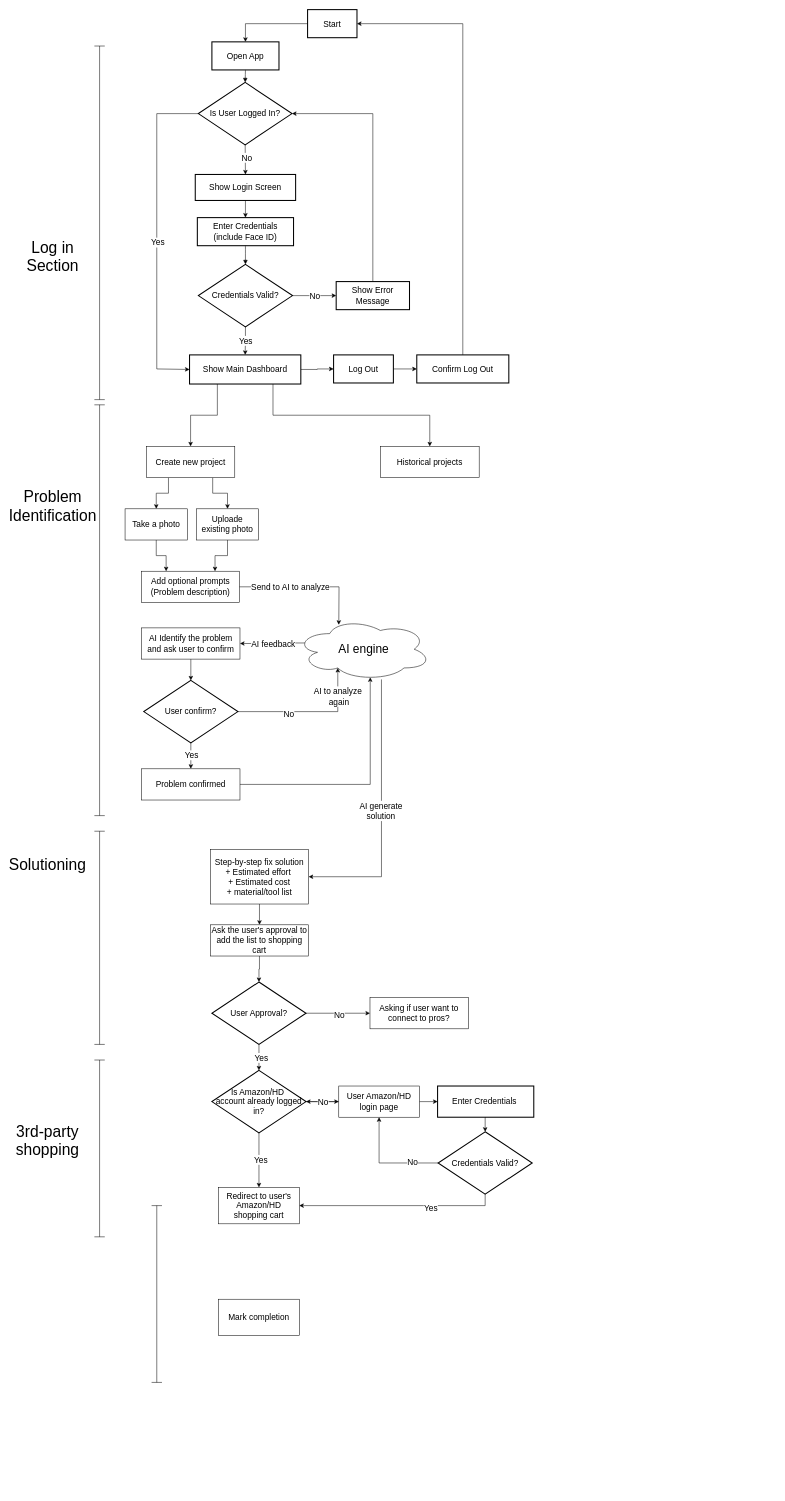
Before: App flow diiagram.drawio in chaunceysun82/MyHandyAI, a draw.io diagram. Source tidied: cells renumbered, new cells numbered last; positions are measured from the earlier drawing's top-left corner, leaving out a move shared by most shapes. Both pictures are drawn from the tidied source at 52%, with x=0, y=0 at pixel (32, 9).
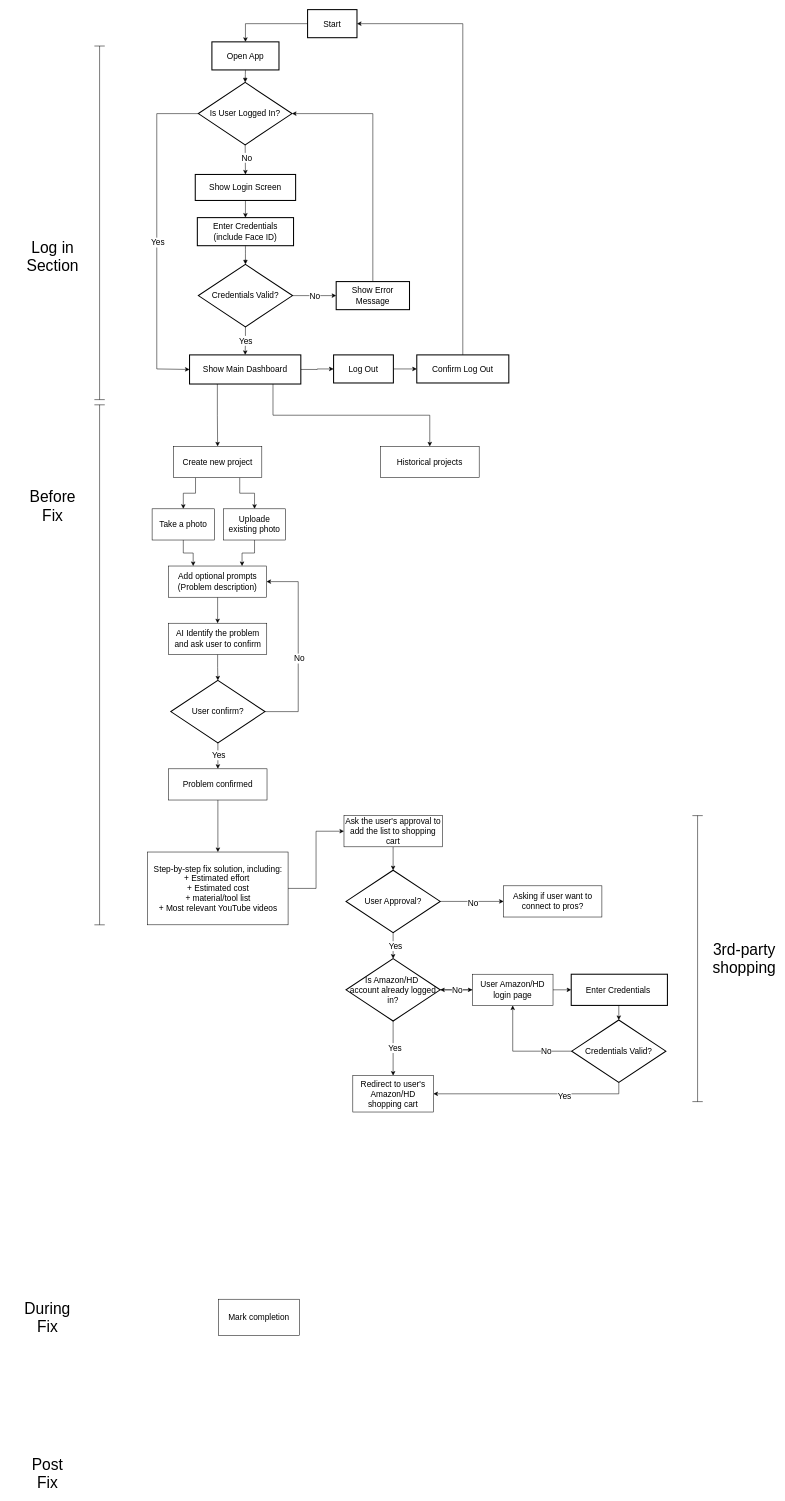
After the change.

The edit, as a diff of the source:
```diff
@@
     <mxCell id="26" value="Create new project" style="rounded=0;whiteSpace=wrap;html=1;fontSize=16;" parent="1" vertex="1">
-      <mxGeometry x="220" y="840" width="170" height="60" as="geometry" />
+      <mxGeometry x="272" y="840" width="170" height="60" as="geometry" />
     </mxCell>
@@
     <mxCell id="29" value="Take a photo" style="rounded=0;whiteSpace=wrap;html=1;fontSize=16;" parent="1" vertex="1">
-      <mxGeometry x="179" y="960" width="120" height="60" as="geometry" />
+      <mxGeometry x="231" y="960" width="120" height="60" as="geometry" />
     </mxCell>
@@
     <mxCell id="31" value="Uploade existing photo" style="rounded=0;whiteSpace=wrap;html=1;fontSize=16;" parent="1" vertex="1">
-      <mxGeometry x="316" y="960" width="120" height="60" as="geometry" />
+      <mxGeometry x="368" y="960" width="120" height="60" as="geometry" />
     </mxCell>
@@
-    <mxCell id="40" value="&lt;font style=&quot;font-size: 30px;&quot;&gt;Problem Identification&lt;/font&gt;" style="text;html=1;align=center;verticalAlign=middle;whiteSpace=wrap;rounded=0;" parent="1" vertex="1">
+    <mxCell id="40" value="&lt;font style=&quot;font-size: 30px;&quot;&gt;Before Fix&lt;/font&gt;" style="text;html=1;align=center;verticalAlign=middle;whiteSpace=wrap;rounded=0;" parent="1" vertex="1">
       <mxGeometry x="10" y="940" width="60" height="30" as="geometry" />
     </mxCell>
-    <mxCell id="41" value="&lt;font style=&quot;font-size: 30px;&quot;&gt;Solutioning&lt;/font&gt;" style="text;html=1;align=center;verticalAlign=middle;whiteSpace=wrap;rounded=0;" parent="1" vertex="1">
-      <mxGeometry y="1630" width="60" height="30" as="geometry" />
-    </mxCell>
     <mxCell id="42" style="shape=crossbar;whiteSpace=wrap;html=1;rounded=1;direction=south;" parent="1" vertex="1">
-      <mxGeometry x="120" y="760" width="20" height="790" as="geometry" />
+      <mxGeometry x="120" y="760" width="20" height="1000" as="geometry" />
     </mxCell>
+    <mxCell id="92" style="edgeStyle=orthogonalEdgeStyle;rounded=0;jettySize=auto;html=1;exitX=0.5;exitY=1;exitDx=0;exitDy=0;entryX=0.5;entryY=0;entryDx=0;entryDy=0;" parent="1" edge="1" source="43" target="50">
+      <mxGeometry relative="1" as="geometry" />
+    </mxCell>
     <mxCell id="43" value="Add optional prompts (Problem description)" style="rounded=0;whiteSpace=wrap;html=1;fontSize=16;" parent="1" vertex="1">
-      <mxGeometry x="211" y="1080" width="188" height="60" as="geometry" />
+      <mxGeometry x="263" y="1070" width="188" height="60" as="geometry" />
     </mxCell>
-    <mxCell id="44" style="edgeStyle=orthogonalEdgeStyle;rounded=0;jettySize=auto;html=1;exitX=0.07;exitY=0.4;exitDx=0;exitDy=0;exitPerimeter=0;entryX=1;entryY=0.5;entryDx=0;entryDy=0;" parent="1" edge="1" source="48" target="50">
-      <mxGeometry relative="1" as="geometry" />
-    </mxCell>
-    <mxCell id="45" value="&lt;font style=&quot;font-size: 16px;&quot;&gt;AI feedback&lt;/font&gt;" style="edgeLabel;html=1;align=center;verticalAlign=middle;" parent="44" vertex="1">
-      <mxGeometry x="-0.02" y="1" relative="1" as="geometry" />
-    </mxCell>
-    <mxCell id="46" style="edgeStyle=orthogonalEdgeStyle;rounded=0;jettySize=auto;html=1;exitX=0.633;exitY=0.984;exitDx=0;exitDy=0;exitPerimeter=0;entryX=1;entryY=0.5;entryDx=0;entryDy=0;" parent="1" edge="1" source="48" target="61">
-      <mxGeometry relative="1" as="geometry" />
-    </mxCell>
-    <mxCell id="47" value="AI generate&lt;div&gt;solution&lt;/div&gt;" style="edgeLabel;html=1;align=center;verticalAlign=middle;fontSize=16;" parent="46" vertex="1">
-      <mxGeometry x="-0.15" relative="1" as="geometry">
-        <mxPoint x="-2" y="31" as="offset" />
-      </mxGeometry>
-    </mxCell>
-    <mxCell id="48" value="AI engine" style="ellipse;shape=cloud;whiteSpace=wrap;html=1;fontSize=23;" parent="1" vertex="1">
-      <mxGeometry x="507.5" y="1170" width="260" height="120" as="geometry" />
-    </mxCell>
@@
     <mxCell id="50" value="AI Identify the problem and ask user to confirm" style="rounded=0;whiteSpace=wrap;html=1;fontSize=16;" parent="1" vertex="1">
-      <mxGeometry x="211" y="1189" width="189" height="60" as="geometry" />
+      <mxGeometry x="262.5" y="1180" width="189" height="60" as="geometry" />
     </mxCell>
@@
+    <mxCell id="93" style="edgeStyle=orthogonalEdgeStyle;rounded=0;jettySize=auto;html=1;exitX=1;exitY=0.5;exitDx=0;exitDy=0;" parent="1" edge="1" source="53" target="43">
+      <mxGeometry relative="1" as="geometry">
+        <Array as="points">
+          <mxPoint x="512" y="1350" />
+          <mxPoint x="512" y="1100" />
+        </Array>
+      </mxGeometry>
+    </mxCell>
+    <mxCell id="57" value="&lt;font style=&quot;font-size: 16px;&quot;&gt;No&lt;/font&gt;" style="edgeLabel;html=1;align=center;verticalAlign=middle;" parent="93" vertex="1">
+      <mxGeometry x="-0.11" y="-1" relative="1" as="geometry" />
+    </mxCell>
     <mxCell id="53" value="User confirm?" style="rhombus;strokeWidth=2;whiteSpace=wrap;fontSize=16;" parent="1" vertex="1">
-      <mxGeometry x="215" y="1290" width="181" height="120" as="geometry" />
+      <mxGeometry x="267" y="1290" width="181" height="120" as="geometry" />
     </mxCell>
-    <mxCell id="54" style="edgeStyle=orthogonalEdgeStyle;rounded=0;jettySize=auto;html=1;exitX=1;exitY=0.5;exitDx=0;exitDy=0;" parent="1" edge="1" source="43">
-      <mxGeometry relative="1" as="geometry">
-        <mxPoint x="590" y="1183" as="targetPoint" />
-      </mxGeometry>
-    </mxCell>
-    <mxCell id="55" value="Send to AI to analyze" style="edgeLabel;html=1;align=center;verticalAlign=middle;fontSize=16;" parent="54" vertex="1">
-      <mxGeometry x="-0.27" relative="1" as="geometry" />
-    </mxCell>
-    <mxCell id="56" style="edgeStyle=orthogonalEdgeStyle;rounded=0;jettySize=auto;html=1;exitX=1;exitY=0.5;exitDx=0;exitDy=0;entryX=0.31;entryY=0.8;entryDx=0;entryDy=0;entryPerimeter=0;" parent="1" edge="1" source="53" target="48">
-      <mxGeometry relative="1" as="geometry">
-        <Array as="points">
-          <mxPoint x="588" y="1350" />
-        </Array>
-      </mxGeometry>
-    </mxCell>
-    <mxCell id="57" value="No" style="edgeLabel;html=1;align=center;verticalAlign=middle;fontSize=16;" parent="56" vertex="1">
-      <mxGeometry x="-0.3" y="-3" relative="1" as="geometry" />
-    </mxCell>
-    <mxCell id="58" value="&lt;font style=&quot;font-size: 16px;&quot;&gt;AI to analyze&lt;/font&gt;&lt;div&gt;&lt;font style=&quot;font-size: 16px;&quot;&gt;&amp;nbsp;again&lt;/font&gt;&lt;/div&gt;" style="edgeLabel;html=1;align=center;verticalAlign=middle;" parent="56" vertex="1">
-      <mxGeometry x="0.61" y="1" relative="1" as="geometry" />
-    </mxCell>
+    <mxCell id="94" style="edgeStyle=orthogonalEdgeStyle;rounded=0;jettySize=auto;html=1;exitX=0.5;exitY=1;exitDx=0;exitDy=0;entryX=0.5;entryY=0;entryDx=0;entryDy=0;" parent="1" edge="1" source="59" target="61">
+      <mxGeometry relative="1" as="geometry" />
+    </mxCell>
     <mxCell id="59" value="Problem confirmed" style="rounded=0;whiteSpace=wrap;html=1;fontSize=16;" parent="1" vertex="1">
-      <mxGeometry x="211" y="1460" width="189" height="60" as="geometry" />
+      <mxGeometry x="263" y="1460" width="189" height="60" as="geometry" />
     </mxCell>
-    <mxCell id="60" style="edgeStyle=orthogonalEdgeStyle;rounded=0;jettySize=auto;html=1;exitX=0.5;exitY=1;exitDx=0;exitDy=0;entryX=0.5;entryY=0;entryDx=0;entryDy=0;" parent="1" edge="1" source="61" target="64">
+    <mxCell id="60" style="edgeStyle=orthogonalEdgeStyle;rounded=0;jettySize=auto;html=1;exitX=1;exitY=0.5;exitDx=0;exitDy=0;entryX=0;entryY=0.5;entryDx=0;entryDy=0;" parent="1" edge="1" source="61" target="64">
       <mxGeometry relative="1" as="geometry" />
     </mxCell>
-    <mxCell id="61" value="Step-by-step fix solution&lt;div&gt;+ Estimated effort&amp;nbsp;&lt;/div&gt;&lt;div&gt;+ Estimated cost&lt;/div&gt;&lt;div&gt;+ material/tool list&lt;/div&gt;" style="rounded=0;whiteSpace=wrap;html=1;fontSize=16;" parent="1" vertex="1">
-      <mxGeometry x="343" y="1615" width="189" height="105" as="geometry" />
+    <mxCell id="61" value="Step-by-step fix solution, including:&lt;div&gt;+ Estimated effort&amp;nbsp;&lt;/div&gt;&lt;div&gt;+ Estimated cost&lt;/div&gt;&lt;div&gt;+ material/tool list&lt;/div&gt;&lt;div&gt;+ Most relevant YouTube videos&lt;/div&gt;" style="rounded=0;whiteSpace=wrap;html=1;fontSize=16;" parent="1" vertex="1">
+      <mxGeometry x="222.5" y="1620" width="270" height="140" as="geometry" />
     </mxCell>
-    <mxCell id="62" style="edgeStyle=orthogonalEdgeStyle;rounded=0;jettySize=auto;html=1;exitX=1;exitY=0.5;exitDx=0;exitDy=0;entryX=0.55;entryY=0.95;entryDx=0;entryDy=0;entryPerimeter=0;" parent="1" edge="1" source="59" target="48">
-      <mxGeometry relative="1" as="geometry" />
-    </mxCell>
@@
     <mxCell id="64" value="Ask the user's approval to add the list to shopping cart" style="rounded=0;whiteSpace=wrap;html=1;fontSize=16;" parent="1" vertex="1">
-      <mxGeometry x="343" y="1760" width="189" height="60" as="geometry" />
+      <mxGeometry x="600" y="1550" width="189" height="60" as="geometry" />
     </mxCell>
@@
     <mxCell id="69" value="User Approval?" style="rhombus;strokeWidth=2;whiteSpace=wrap;fontSize=16;" parent="1" vertex="1">
-      <mxGeometry x="346" y="1870" width="181" height="120" as="geometry" />
+      <mxGeometry x="604" y="1655" width="181" height="120" as="geometry" />
     </mxCell>
@@
     <mxCell id="72" value="User Amazon/HD login page" style="rounded=0;whiteSpace=wrap;html=1;fontSize=16;" parent="1" vertex="1">
-      <mxGeometry x="590" y="2070" width="155" height="60" as="geometry" />
+      <mxGeometry x="847" y="1855" width="155" height="60" as="geometry" />
     </mxCell>
@@
     <mxCell id="77" value="Is Amazon/HD &#10;account already logged in?" style="rhombus;strokeWidth=2;whiteSpace=wrap;fontSize=16;" parent="1" vertex="1">
-      <mxGeometry x="346" y="2040" width="181" height="120" as="geometry" />
+      <mxGeometry x="604" y="1825" width="181" height="120" as="geometry" />
     </mxCell>
     <mxCell id="78" value="Redirect to user's Amazon/HD shopping cart" style="rounded=0;whiteSpace=wrap;html=1;fontSize=16;" parent="1" vertex="1">
-      <mxGeometry x="359" y="2265" width="155" height="70" as="geometry" />
+      <mxGeometry x="617" y="2050" width="155" height="70" as="geometry" />
     </mxCell>
@@
     <mxCell id="80" value="Enter Credentials " style="whiteSpace=wrap;strokeWidth=2;fontSize=16;" parent="1" vertex="1">
-      <mxGeometry x="780" y="2070" width="185" height="60" as="geometry" />
+      <mxGeometry x="1037" y="1855" width="185" height="60" as="geometry" />
     </mxCell>
@@
     <mxCell id="85" value="Credentials Valid?" style="rhombus;strokeWidth=2;whiteSpace=wrap;fontSize=16;" parent="1" vertex="1">
-      <mxGeometry x="781" y="2158" width="181" height="120" as="geometry" />
+      <mxGeometry x="1038" y="1943" width="181" height="120" as="geometry" />
     </mxCell>
-    <mxCell id="86" style="shape=crossbar;whiteSpace=wrap;html=1;rounded=1;direction=south;" parent="1" vertex="1">
-      <mxGeometry x="120" y="1580" width="20" height="410" as="geometry" />
-    </mxCell>
     <mxCell id="87" style="shape=crossbar;whiteSpace=wrap;html=1;rounded=1;direction=south;" parent="1" vertex="1">
-      <mxGeometry x="120" y="2020" width="20" height="340" as="geometry" />
+      <mxGeometry x="1270" y="1550" width="20" height="550" as="geometry" />
     </mxCell>
     <mxCell id="88" value="&lt;font style=&quot;font-size: 30px;&quot;&gt;3rd-party shopping&lt;/font&gt;" style="text;html=1;align=center;verticalAlign=middle;whiteSpace=wrap;rounded=0;" parent="1" vertex="1">
-      <mxGeometry y="2160" width="60" height="30" as="geometry" />
+      <mxGeometry x="1340" y="1810" width="60" height="30" as="geometry" />
     </mxCell>
     <mxCell id="89" value="Asking if user want to connect to pros?" style="rounded=0;whiteSpace=wrap;html=1;fontSize=16;" parent="1" vertex="1">
-      <mxGeometry x="650" y="1900" width="189" height="60" as="geometry" />
+      <mxGeometry x="907" y="1685" width="189" height="60" as="geometry" />
     </mxCell>
@@
-    <mxCell id="91" style="shape=crossbar;whiteSpace=wrap;html=1;rounded=1;direction=south;" parent="1" vertex="1">
-      <mxGeometry x="230" y="2300" width="20" height="340" as="geometry" />
-    </mxCell>
+    <mxCell id="95" value="&lt;font style=&quot;font-size: 30px;&quot;&gt;During Fix&lt;/font&gt;" style="text;html=1;align=center;verticalAlign=middle;whiteSpace=wrap;rounded=0;" parent="1" vertex="1">
+      <mxGeometry y="2500" width="60" height="30" as="geometry" />
+    </mxCell>
+    <mxCell id="96" value="&lt;font style=&quot;font-size: 30px;&quot;&gt;Post Fix&lt;/font&gt;" style="text;html=1;align=center;verticalAlign=middle;whiteSpace=wrap;rounded=0;" parent="1" vertex="1">
+      <mxGeometry y="2800" width="60" height="30" as="geometry" />
+    </mxCell>
```
